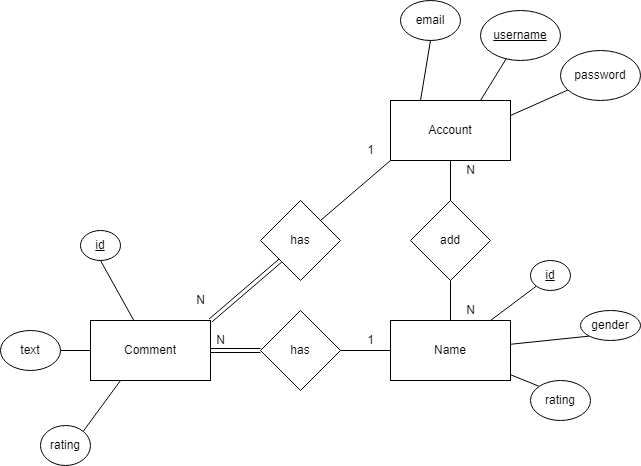
Above: images/ER_Diagram.drawio.png in Kirme1/Namify (draw.io), before the change. Source tidied: cells renumbered, new cells last; positions are measured from the earlier drawing's top-left corner, leaving out a move shared by most shapes.
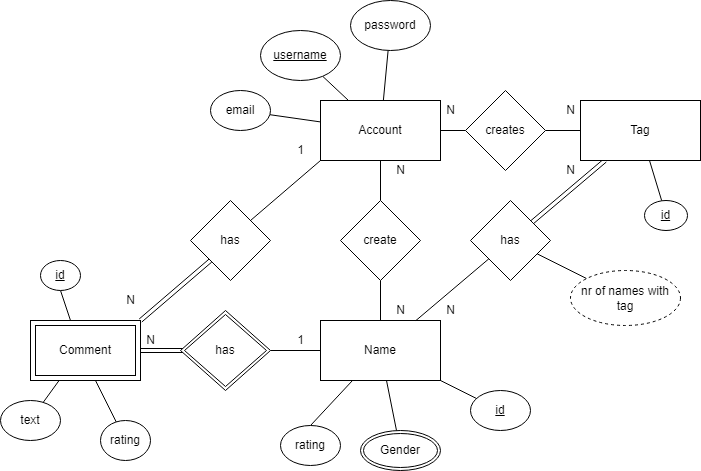
The same diagram one commit later.

The edit, as a diff of the source:
```diff
@@ -5,32 +5,44 @@
     <mxCell id="2" style="edgeStyle=none;rounded=0;jettySize=auto;html=1;exitX=0.5;exitY=1;exitDx=0;exitDy=0;endArrow=none;endFill=0;" parent="1" edge="1" source="6" target="14">
       <mxGeometry relative="1" as="geometry" />
     </mxCell>
+    <mxCell id="5" style="rounded=0;jettySize=auto;html=1;endArrow=none;endFill=0;" parent="1" edge="1" source="6" target="23">
+      <mxGeometry relative="1" as="geometry" />
+    </mxCell>
+    <mxCell id="4" style="edgeStyle=none;rounded=0;jettySize=auto;html=1;endArrow=none;endFill=0;" parent="1" edge="1" source="6" target="24">
+      <mxGeometry relative="1" as="geometry" />
+    </mxCell>
-    <mxCell id="3" style="edgeStyle=none;rounded=0;jettySize=auto;html=1;exitX=1;exitY=0.25;exitDx=0;exitDy=0;endArrow=none;endFill=0;" parent="1" edge="1" source="6" target="25">
+    <mxCell id="3" style="edgeStyle=none;rounded=0;jettySize=auto;html=1;endArrow=none;endFill=0;" parent="1" edge="1" source="6" target="25">
       <mxGeometry relative="1" as="geometry" />
     </mxCell>
-    <mxCell id="4" style="edgeStyle=none;rounded=0;jettySize=auto;html=1;exitX=0.75;exitY=0;exitDx=0;exitDy=0;endArrow=none;endFill=0;" parent="1" edge="1" source="6" target="24">
-      <mxGeometry relative="1" as="geometry" />
-    </mxCell>
-    <mxCell id="5" style="edgeStyle=none;rounded=0;jettySize=auto;html=1;exitX=0.25;exitY=0;exitDx=0;exitDy=0;entryX=0.5;entryY=1;entryDx=0;entryDy=0;endArrow=none;endFill=0;" parent="1" edge="1" source="6" target="23">
-      <mxGeometry relative="1" as="geometry" />
-    </mxCell>
     <mxCell id="6" value="Account" style="rounded=0;whiteSpace=wrap;html=1;" parent="1" vertex="1">
       <mxGeometry x="390" y="100" width="120" height="60" as="geometry" />
     </mxCell>
-    <mxCell id="7" style="edgeStyle=none;rounded=0;jettySize=auto;html=1;exitX=1;exitY=0.5;exitDx=0;exitDy=0;entryX=0;entryY=0.5;entryDx=0;entryDy=0;endArrow=none;endFill=0;shape=link;" parent="1" edge="1" source="8" target="20">
-      <mxGeometry relative="1" as="geometry" />
+    <mxCell id="7" style="edgeStyle=none;rounded=0;orthogonalLoop=1;jettySize=auto;html=1;exitX=1;exitY=0.5;exitDx=0;exitDy=0;entryX=0;entryY=0.5;entryDx=0;entryDy=0;endArrow=none;endFill=0;shape=link;" parent="1" edge="1">
+      <mxGeometry relative="1" as="geometry">
+        <mxPoint x="210" y="350" as="sourcePoint" />
+        <mxPoint x="260" y="350" as="targetPoint" />
+      </mxGeometry>
     </mxCell>
-    <mxCell id="8" value="Comment" style="rounded=0;whiteSpace=wrap;html=1;" parent="1" vertex="1">
-      <mxGeometry x="90" y="320" width="120" height="60" as="geometry" />
-    </mxCell>
+    <mxCell id="38" style="edgeStyle=none;rounded=0;jettySize=auto;html=1;endArrow=none;endFill=0;" parent="1" edge="1" target="37">
+      <mxGeometry relative="1" as="geometry">
+        <mxPoint x="165" y="380" as="sourcePoint" />
+      </mxGeometry>
+    </mxCell>
+    <mxCell id="39" style="edgeStyle=none;rounded=0;jettySize=auto;html=1;endArrow=none;endFill=0;" parent="1" edge="1" target="35">
+      <mxGeometry relative="1" as="geometry">
+        <mxPoint x="128.6" y="380" as="sourcePoint" />
+      </mxGeometry>
+    </mxCell>
     <mxCell id="9" value="Name" style="rounded=0;whiteSpace=wrap;html=1;" parent="1" vertex="1">
       <mxGeometry x="390" y="320" width="120" height="60" as="geometry" />
     </mxCell>
     <mxCell id="10" style="rounded=0;jettySize=auto;html=1;exitX=1;exitY=0;exitDx=0;exitDy=0;entryX=0;entryY=1;entryDx=0;entryDy=0;endArrow=none;endFill=0;" parent="1" edge="1" source="12" target="6">
       <mxGeometry relative="1" as="geometry" />
     </mxCell>
-    <mxCell id="11" style="edgeStyle=none;rounded=0;jettySize=auto;html=1;exitX=0;exitY=1;exitDx=0;exitDy=0;entryX=1;entryY=0;entryDx=0;entryDy=0;endArrow=none;endFill=0;shape=link;" parent="1" edge="1" source="12" target="8">
-      <mxGeometry relative="1" as="geometry" />
+    <mxCell id="11" style="edgeStyle=none;rounded=0;jettySize=auto;html=1;exitX=0;exitY=1;exitDx=0;exitDy=0;entryX=1;entryY=0;entryDx=0;entryDy=0;endArrow=none;endFill=0;shape=link;" parent="1" edge="1" source="12">
+      <mxGeometry relative="1" as="geometry">
+        <mxPoint x="210" y="320" as="targetPoint" />
+      </mxGeometry>
     </mxCell>
     <mxCell id="12" value="has" style="rhombus;whiteSpace=wrap;html=1;" parent="1" vertex="1">
       <mxGeometry x="260" y="200" width="80" height="80" as="geometry" />
@@ -38,7 +50,7 @@
     <mxCell id="13" style="edgeStyle=none;rounded=0;jettySize=auto;html=1;exitX=0.5;exitY=1;exitDx=0;exitDy=0;endArrow=none;endFill=0;" parent="1" edge="1" source="14" target="9">
       <mxGeometry relative="1" as="geometry" />
     </mxCell>
-    <mxCell id="14" value="add" style="rhombus;whiteSpace=wrap;html=1;" parent="1" vertex="1">
+    <mxCell id="14" value="create" style="rhombus;whiteSpace=wrap;html=1;" parent="1" vertex="1">
       <mxGeometry x="410" y="200" width="80" height="80" as="geometry" />
     </mxCell>
     <mxCell id="15" value="1" style="text;html=1;align=center;verticalAlign=middle;strokeColor=none;fillColor=none;" parent="1" vertex="1">
@@ -53,12 +65,11 @@
     <mxCell id="18" value="N" style="text;html=1;align=center;verticalAlign=middle;strokeColor=none;fillColor=none;" parent="1" vertex="1">
       <mxGeometry x="460" y="300" width="20" height="20" as="geometry" />
     </mxCell>
-    <mxCell id="19" style="edgeStyle=none;rounded=0;jettySize=auto;html=1;exitX=1;exitY=0.5;exitDx=0;exitDy=0;entryX=0;entryY=0.5;entryDx=0;entryDy=0;endArrow=none;endFill=0;" parent="1" edge="1" source="20" target="9">
-      <mxGeometry relative="1" as="geometry" />
+    <mxCell id="19" style="edgeStyle=none;rounded=0;jettySize=auto;html=1;exitX=1;exitY=0.5;exitDx=0;exitDy=0;entryX=0;entryY=0.5;entryDx=0;entryDy=0;endArrow=none;endFill=0;" parent="1" edge="1" target="9">
+      <mxGeometry relative="1" as="geometry">
+        <mxPoint x="340" y="350" as="sourcePoint" />
+      </mxGeometry>
     </mxCell>
-    <mxCell id="20" value="has" style="rhombus;whiteSpace=wrap;html=1;" parent="1" vertex="1">
-      <mxGeometry x="260" y="310" width="80" height="80" as="geometry" />
-    </mxCell>
     <mxCell id="21" value="1" style="text;html=1;align=center;verticalAlign=middle;strokeColor=none;fillColor=none;" parent="1" vertex="1">
       <mxGeometry x="360" y="330" width="20" height="20" as="geometry" />
     </mxCell>
@@ -66,49 +77,96 @@
       <mxGeometry x="210" y="330" width="20" height="20" as="geometry" />
     </mxCell>
     <mxCell id="23" value="email" style="ellipse;whiteSpace=wrap;html=1;" parent="1" vertex="1">
-      <mxGeometry x="400" width="60" height="40" as="geometry" />
+      <mxGeometry x="280" y="90" width="60" height="40" as="geometry" />
     </mxCell>
     <mxCell id="24" value="&lt;u&gt;username&lt;/u&gt;" style="ellipse;whiteSpace=wrap;html=1;" parent="1" vertex="1">
-      <mxGeometry x="480" y="10" width="80" height="50" as="geometry" />
+      <mxGeometry x="330" y="30" width="80" height="50" as="geometry" />
     </mxCell>
     <mxCell id="25" value="password" style="ellipse;whiteSpace=wrap;html=1;" parent="1" vertex="1">
-      <mxGeometry x="560" y="50" width="80" height="50" as="geometry" />
+      <mxGeometry x="420" width="80" height="50" as="geometry" />
     </mxCell>
-    <mxCell id="26" style="edgeStyle=none;rounded=0;jettySize=auto;html=1;exitX=0;exitY=1;exitDx=0;exitDy=0;endArrow=none;endFill=0;" parent="1" edge="1" source="27" target="9">
+    <mxCell id="26" style="edgeStyle=none;rounded=0;jettySize=auto;html=1;endArrow=none;endFill=0;" parent="1" edge="1" source="27" target="9">
       <mxGeometry relative="1" as="geometry" />
     </mxCell>
-    <mxCell id="27" value="&lt;u&gt;id&lt;/u&gt;" style="ellipse;whiteSpace=wrap;html=1;" parent="1" vertex="1">
-      <mxGeometry x="530" y="260" width="40" height="30" as="geometry" />
+    <mxCell id="27" value="&lt;span&gt;id&lt;/span&gt;" style="ellipse;whiteSpace=wrap;html=1;fontStyle=4;" parent="1" vertex="1">
+      <mxGeometry x="540" y="390" width="60" height="40" as="geometry" />
     </mxCell>
-    <mxCell id="28" style="edgeStyle=none;rounded=0;jettySize=auto;html=1;exitX=0;exitY=1;exitDx=0;exitDy=0;endArrow=none;endFill=0;" parent="1" edge="1" source="29" target="9">
-      <mxGeometry relative="1" as="geometry" />
-    </mxCell>
-    <mxCell id="29" value="gender" style="ellipse;whiteSpace=wrap;html=1;" parent="1" vertex="1">
-      <mxGeometry x="580" y="310" width="60" height="30" as="geometry" />
-    </mxCell>
-    <mxCell id="30" style="edgeStyle=none;rounded=0;jettySize=auto;html=1;exitX=0;exitY=0;exitDx=0;exitDy=0;endArrow=none;endFill=0;" parent="1" edge="1" source="31" target="9">
+    <mxCell id="30" style="edgeStyle=none;rounded=0;jettySize=auto;html=1;exitX=0.5;exitY=0;exitDx=0;exitDy=0;endArrow=none;endFill=0;" parent="1" edge="1" source="31" target="9">
       <mxGeometry relative="1" as="geometry" />
     </mxCell>
     <mxCell id="31" value="rating" style="ellipse;whiteSpace=wrap;html=1;" parent="1" vertex="1">
-      <mxGeometry x="530" y="380" width="60" height="40" as="geometry" />
+      <mxGeometry x="350" y="425" width="60" height="40" as="geometry" />
     </mxCell>
-    <mxCell id="32" style="edgeStyle=none;rounded=0;jettySize=auto;html=1;exitX=0.5;exitY=1;exitDx=0;exitDy=0;endArrow=none;endFill=0;" parent="1" edge="1" source="33" target="8">
-      <mxGeometry relative="1" as="geometry" />
+    <mxCell id="32" style="edgeStyle=none;rounded=0;jettySize=auto;html=1;exitX=0.5;exitY=1;exitDx=0;exitDy=0;endArrow=none;endFill=0;" parent="1" edge="1" source="33">
+      <mxGeometry relative="1" as="geometry">
+        <mxPoint x="140" y="320" as="targetPoint" />
+      </mxGeometry>
     </mxCell>
     <mxCell id="33" value="&lt;u&gt;id&lt;/u&gt;" style="ellipse;whiteSpace=wrap;html=1;" parent="1" vertex="1">
-      <mxGeometry x="80" y="230" width="40" height="30" as="geometry" />
+      <mxGeometry x="110" y="260" width="40" height="30" as="geometry" />
     </mxCell>
-    <mxCell id="34" style="edgeStyle=none;rounded=0;jettySize=auto;html=1;exitX=1;exitY=0.5;exitDx=0;exitDy=0;endArrow=none;endFill=0;" parent="1" edge="1" source="35" target="8">
-      <mxGeometry relative="1" as="geometry" />
-    </mxCell>
     <mxCell id="35" value="text" style="ellipse;whiteSpace=wrap;html=1;" parent="1" vertex="1">
-      <mxGeometry y="330" width="60" height="40" as="geometry" />
+      <mxGeometry x="70" y="400" width="60" height="40" as="geometry" />
     </mxCell>
-    <mxCell id="36" style="edgeStyle=none;rounded=0;jettySize=auto;html=1;exitX=1;exitY=0;exitDx=0;exitDy=0;entryX=0.25;entryY=1;entryDx=0;entryDy=0;endArrow=none;endFill=0;" parent="1" edge="1" source="37" target="8">
-      <mxGeometry relative="1" as="geometry" />
-    </mxCell>
     <mxCell id="37" value="rating" style="ellipse;whiteSpace=wrap;html=1;" parent="1" vertex="1">
-      <mxGeometry x="40" y="425" width="50" height="40" as="geometry" />
+      <mxGeometry x="170" y="420" width="50" height="40" as="geometry" />
     </mxCell>
+    <mxCell id="40" style="edgeStyle=none;rounded=0;jettySize=auto;html=1;endArrow=none;endFill=0;shape=link;" parent="1" edge="1" source="42" target="44">
+      <mxGeometry relative="1" as="geometry" />
+    </mxCell>
+    <mxCell id="41" style="edgeStyle=none;rounded=0;jettySize=auto;html=1;endArrow=none;endFill=0;" parent="1" edge="1" source="42" target="54">
+      <mxGeometry relative="1" as="geometry" />
+    </mxCell>
+    <mxCell id="42" value="Tag" style="rounded=0;whiteSpace=wrap;html=1;strokeWidth=1;" parent="1" vertex="1">
+      <mxGeometry x="650" y="100" width="120" height="60" as="geometry" />
+    </mxCell>
+    <mxCell id="43" style="edgeStyle=none;rounded=0;jettySize=auto;html=1;endArrow=none;endFill=0;" parent="1" edge="1" source="44" target="9">
+      <mxGeometry relative="1" as="geometry" />
+    </mxCell>
+    <mxCell id="44" value="has" style="rhombus;whiteSpace=wrap;html=1;strokeWidth=1;" parent="1" vertex="1">
+      <mxGeometry x="540" y="200" width="80" height="80" as="geometry" />
+    </mxCell>
+    <mxCell id="45" style="edgeStyle=none;rounded=0;jettySize=auto;html=1;endArrow=none;endFill=0;" parent="1" edge="1" source="46" target="42">
+      <mxGeometry relative="1" as="geometry" />
+    </mxCell>
+    <mxCell id="46" value="&lt;u&gt;id&lt;/u&gt;" style="ellipse;whiteSpace=wrap;html=1;strokeWidth=1;" parent="1" vertex="1">
+      <mxGeometry x="714" y="200" width="43" height="30" as="geometry" />
+    </mxCell>
+    <mxCell id="47" value="N" style="text;html=1;align=center;verticalAlign=middle;strokeColor=none;fillColor=none;" parent="1" vertex="1">
+      <mxGeometry x="625" y="155" width="30" height="30" as="geometry" />
+    </mxCell>
+    <mxCell id="48" value="N" style="text;html=1;align=center;verticalAlign=middle;strokeColor=none;fillColor=none;" parent="1" vertex="1">
+      <mxGeometry x="505" y="295" width="30" height="30" as="geometry" />
+    </mxCell>
+    <mxCell id="49" style="edgeStyle=none;rounded=0;jettySize=auto;html=1;endArrow=none;endFill=0;" parent="1" edge="1" source="50" target="9">
+      <mxGeometry relative="1" as="geometry" />
+    </mxCell>
+    <mxCell id="50" value="Gender" style="ellipse;shape=doubleEllipse;margin=3;whiteSpace=wrap;html=1;align=center;strokeWidth=1;" parent="1" vertex="1">
+      <mxGeometry x="430" y="430" width="80" height="40" as="geometry" />
+    </mxCell>
+    <mxCell id="51" style="edgeStyle=none;rounded=0;jettySize=auto;html=1;endArrow=none;endFill=0;" parent="1" edge="1" source="52" target="44">
+      <mxGeometry relative="1" as="geometry" />
+    </mxCell>
+    <mxCell id="52" value="nr of names with tag" style="ellipse;whiteSpace=wrap;html=1;align=center;dashed=1;strokeWidth=1;" parent="1" vertex="1">
+      <mxGeometry x="640" y="270" width="110" height="55" as="geometry" />
+    </mxCell>
+    <mxCell id="53" style="edgeStyle=none;rounded=0;jettySize=auto;html=1;endArrow=none;endFill=0;" parent="1" edge="1" source="54" target="6">
+      <mxGeometry relative="1" as="geometry" />
+    </mxCell>
+    <mxCell id="54" value="creates" style="rhombus;whiteSpace=wrap;html=1;" parent="1" vertex="1">
+      <mxGeometry x="535" y="90" width="80" height="80" as="geometry" />
+    </mxCell>
+    <mxCell id="55" value="N" style="text;html=1;align=center;verticalAlign=middle;strokeColor=none;fillColor=none;" parent="1" vertex="1">
+      <mxGeometry x="505" y="95" width="30" height="30" as="geometry" />
+    </mxCell>
+    <mxCell id="56" value="N" style="text;html=1;align=center;verticalAlign=middle;strokeColor=none;fillColor=none;" parent="1" vertex="1">
+      <mxGeometry x="625" y="95" width="30" height="30" as="geometry" />
+    </mxCell>
+    <mxCell id="8" value="Comment" style="shape=ext;margin=3;double=1;whiteSpace=wrap;html=1;align=center;rounded=0;" parent="1" vertex="1">
+      <mxGeometry x="100" y="320" width="110" height="60" as="geometry" />
+    </mxCell>
+    <mxCell id="57" value="has" style="shape=rhombus;double=1;perimeter=rhombusPerimeter;whiteSpace=wrap;html=1;align=center;rounded=0;" parent="1" vertex="1">
+      <mxGeometry x="250" y="310" width="90" height="80" as="geometry" />
+    </mxCell>
   </root>
 </mxGraphModel>
```
